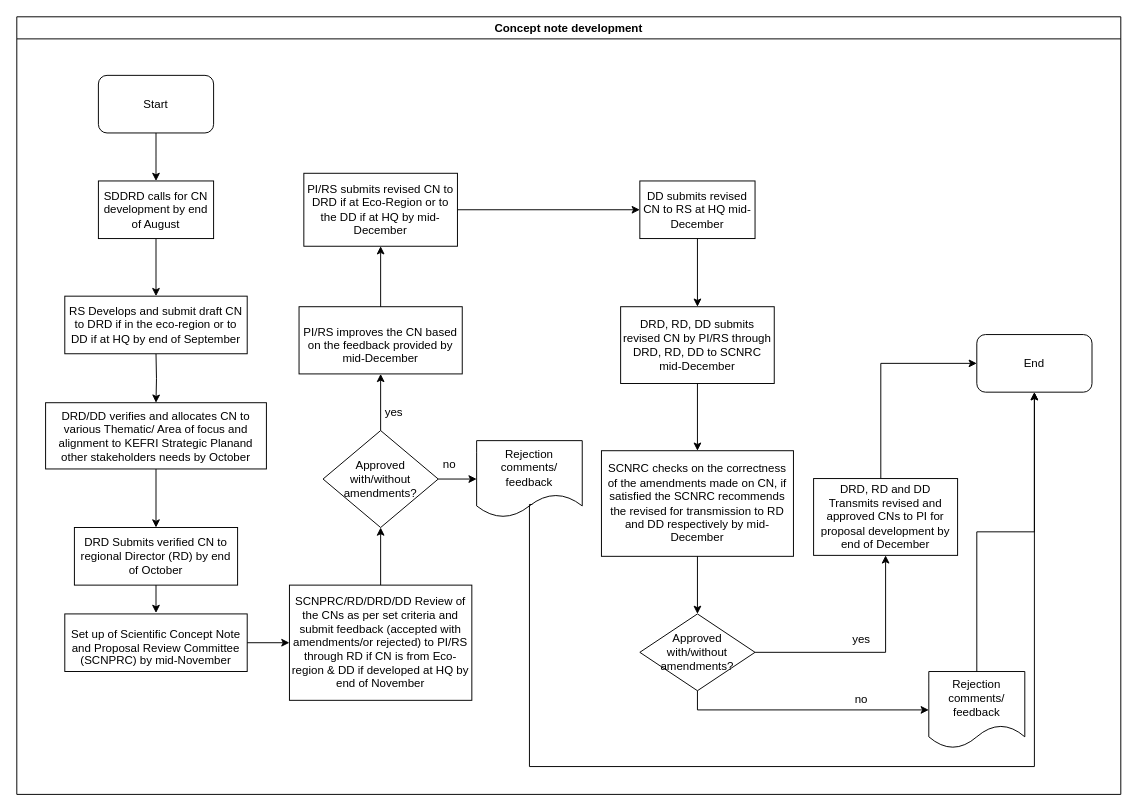
Before: KEFRI-R&D-Concept note development.drawio in kmagua/flowcharts, a draw.io diagram. Source tidied: cells renumbered, new cells numbered last; positions are measured from the earlier drawing's top-left corner, leaving out a move shared by most shapes. Both pictures are drawn from the tidied source at 96%, with x=0, y=0 at pixel (16, 16).
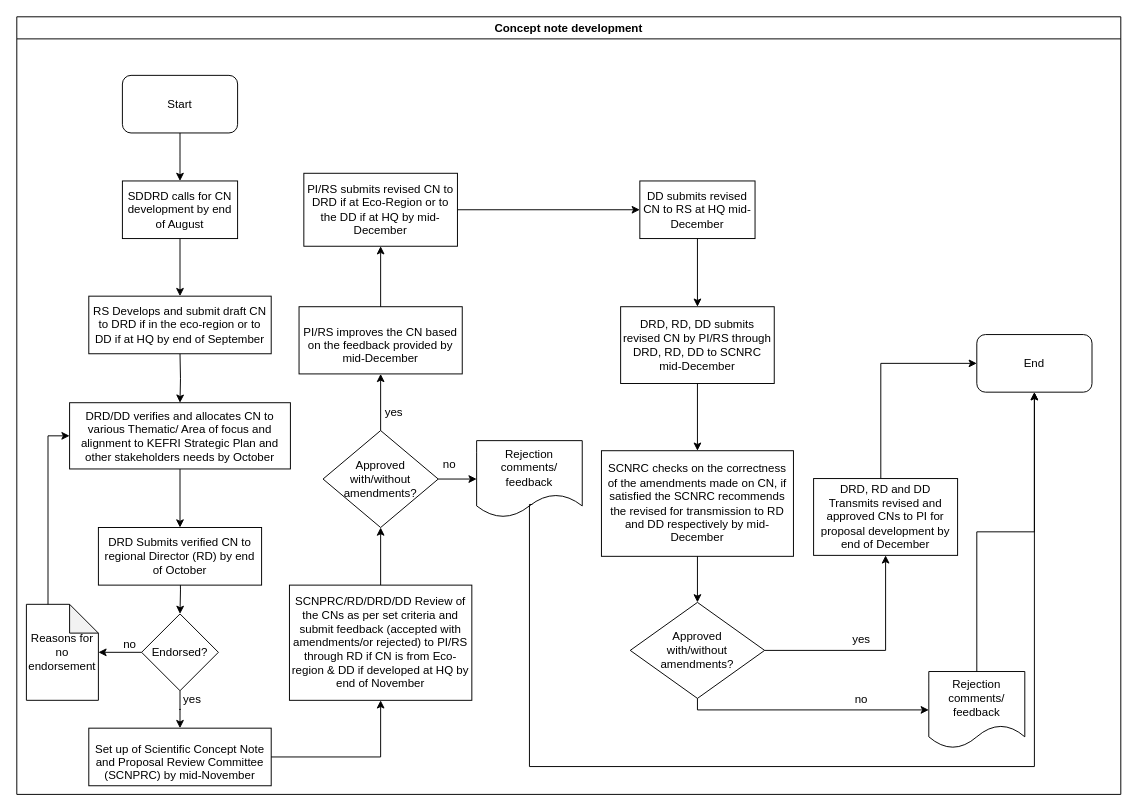
The same diagram, later.

The change refers to these unchanged cells:
```xml
<mxCell id="2" value="Concept note development" style="swimlane;startSize=23;" parent="1" vertex="1">
  <mxGeometry width="1150" height="810" as="geometry" />
</mxCell>
```

Diff of the diagram source:
```diff
@@
     <mxCell id="3" value="Start" style="rounded=1;whiteSpace=wrap;html=1;" parent="2" vertex="1">
-      <mxGeometry x="85" y="61" width="120" height="60" as="geometry" />
+      <mxGeometry x="110" y="61" width="120" height="60" as="geometry" />
     </mxCell>
     <mxCell id="4" style="edgeStyle=orthogonalEdgeStyle;rounded=0;jettySize=auto;html=1;" parent="2" edge="1" source="3">
       <mxGeometry relative="1" as="geometry">
-        <mxPoint x="145" y="171" as="targetPoint" />
+        <mxPoint x="170" y="171" as="targetPoint" />
       </mxGeometry>
     </mxCell>
     <mxCell id="5" style="edgeStyle=orthogonalEdgeStyle;rounded=0;orthogonalLoop=1;jettySize=auto;html=1;" parent="2" edge="1">
       <mxGeometry relative="1" as="geometry">
-        <mxPoint x="145" y="231" as="sourcePoint" />
-        <mxPoint x="145" y="291" as="targetPoint" />
+        <mxPoint x="170" y="231" as="sourcePoint" />
+        <mxPoint x="170" y="291" as="targetPoint" />
       </mxGeometry>
     </mxCell>
     <mxCell id="6" style="edgeStyle=orthogonalEdgeStyle;rounded=0;jettySize=auto;html=1;entryX=0.5;entryY=0;entryDx=0;entryDy=0;" parent="2" edge="1" target="11">
       <mxGeometry relative="1" as="geometry">
-        <mxPoint x="145" y="351" as="sourcePoint" />
+        <mxPoint x="170" y="351" as="sourcePoint" />
       </mxGeometry>
     </mxCell>
@@
-    <mxCell id="8" style="edgeStyle=orthogonalEdgeStyle;rounded=0;orthogonalLoop=1;jettySize=auto;html=1;" parent="2" edge="1">
+    <mxCell id="8" style="edgeStyle=orthogonalEdgeStyle;rounded=0;jettySize=auto;html=1;" parent="2" edge="1" target="44">
       <mxGeometry relative="1" as="geometry">
-        <mxPoint x="145" y="571" as="sourcePoint" />
-        <mxPoint x="145" y="621" as="targetPoint" />
+        <mxPoint x="170" y="571" as="sourcePoint" />
       </mxGeometry>
     </mxCell>
     <mxCell id="9" value="SDDRD calls for CN development by end of August" style="rounded=0;whiteSpace=wrap;html=1;" parent="2" vertex="1">
-      <mxGeometry x="85" y="171" width="120" height="60" as="geometry" />
+      <mxGeometry x="110" y="171" width="120" height="60" as="geometry" />
     </mxCell>
     <mxCell id="10" value="RS Develops and submit draft CN to DRD if in the eco-region or to DD if at HQ by end of September " style="rounded=0;whiteSpace=wrap;html=1;" parent="2" vertex="1">
-      <mxGeometry x="50" y="291" width="190" height="60" as="geometry" />
+      <mxGeometry x="75" y="291" width="190" height="60" as="geometry" />
     </mxCell>
-    <mxCell id="11" value="DRD/DD verifies and allocates CN to various Thematic/ Area of focus and &lt;br/&gt;alignment to KEFRI Strategic Planand other stakeholders needs by October" style="rounded=0;whiteSpace=wrap;html=1;" parent="2" vertex="1">
-      <mxGeometry x="30" y="402" width="230" height="69" as="geometry" />
+    <mxCell id="11" value="DRD/DD verifies and allocates CN to various Thematic/ Area of focus and &lt;br&gt;alignment to KEFRI Strategic Plan and other stakeholders needs by October" style="rounded=0;whiteSpace=wrap;html=1;" parent="2" vertex="1">
+      <mxGeometry x="55" y="402" width="230" height="69" as="geometry" />
     </mxCell>
     <mxCell id="12" value="DRD Submits verified CN to regional Director (RD) by end of October" style="rounded=0;whiteSpace=wrap;html=1;" parent="2" vertex="1">
-      <mxGeometry x="60" y="532" width="170" height="60" as="geometry" />
+      <mxGeometry x="85" y="532" width="170" height="60" as="geometry" />
     </mxCell>
     <mxCell id="13" value="&lt;p style=&quot;margin-bottom: 0in ; line-height: 115%&quot;&gt;Set up of Scientific Concept Note and Proposal Review Committee&lt;br&gt;(SCNPRC) by mid-November  &lt;br&gt;&lt;/p&gt;" style="rounded=0;whiteSpace=wrap;html=1;" parent="2" vertex="1">
-      <mxGeometry x="50" y="622" width="190" height="60" as="geometry" />
+      <mxGeometry x="75" y="741" width="190" height="60" as="geometry" />
     </mxCell>
@@
     <mxCell id="27" value="&lt;div&gt;Approved&lt;/div&gt;&lt;div&gt; with/without amendments?&lt;/div&gt;" style="rhombus;whiteSpace=wrap;html=1;rounded=0;" parent="2" vertex="1">
-      <mxGeometry x="649" y="622" width="120" height="80" as="geometry" />
+      <mxGeometry x="639" y="610" width="140" height="100" as="geometry" />
     </mxCell>
@@
+    <mxCell id="44" value="Endorsed?" style="rhombus;whiteSpace=wrap;html=1;" parent="2" vertex="1">
+      <mxGeometry x="130" y="622" width="80" height="80" as="geometry" />
+    </mxCell>
+    <mxCell id="45" style="edgeStyle=orthogonalEdgeStyle;rounded=0;jettySize=auto;html=1;entryX=0.5;entryY=0;entryDx=0;entryDy=0;" parent="2" edge="1" source="44" target="13">
+      <mxGeometry relative="1" as="geometry" />
+    </mxCell>
+    <mxCell id="46" value="yes" style="text;html=1;strokeColor=none;fillColor=none;align=center;verticalAlign=middle;whiteSpace=wrap;rounded=0;" parent="2" vertex="1">
+      <mxGeometry x="163" y="701" width="40" height="20" as="geometry" />
+    </mxCell>
+    <mxCell id="47" value="Reasons for no endorsement" style="shape=note;whiteSpace=wrap;html=1;backgroundOutline=1;darkOpacity=0.05;" parent="2" vertex="1">
+      <mxGeometry x="10" y="612" width="75" height="100" as="geometry" />
+    </mxCell>
+    <mxCell id="48" style="edgeStyle=orthogonalEdgeStyle;rounded=0;jettySize=auto;html=1;" parent="2" edge="1" source="44" target="47">
+      <mxGeometry relative="1" as="geometry" />
+    </mxCell>
+    <mxCell id="49" style="edgeStyle=orthogonalEdgeStyle;rounded=0;jettySize=auto;html=1;entryX=0;entryY=0.5;entryDx=0;entryDy=0;exitX=0;exitY=0;exitDx=22.5;exitDy=0;exitPerimeter=0;" parent="2" edge="1" source="47" target="11">
+      <mxGeometry relative="1" as="geometry" />
+    </mxCell>
@@
+    <mxCell id="50" value="no" style="text;html=1;strokeColor=none;fillColor=none;align=center;verticalAlign=middle;whiteSpace=wrap;rounded=0;" parent="1" vertex="1">
+      <mxGeometry x="98" y="644" width="40" height="20" as="geometry" />
+    </mxCell>
```
